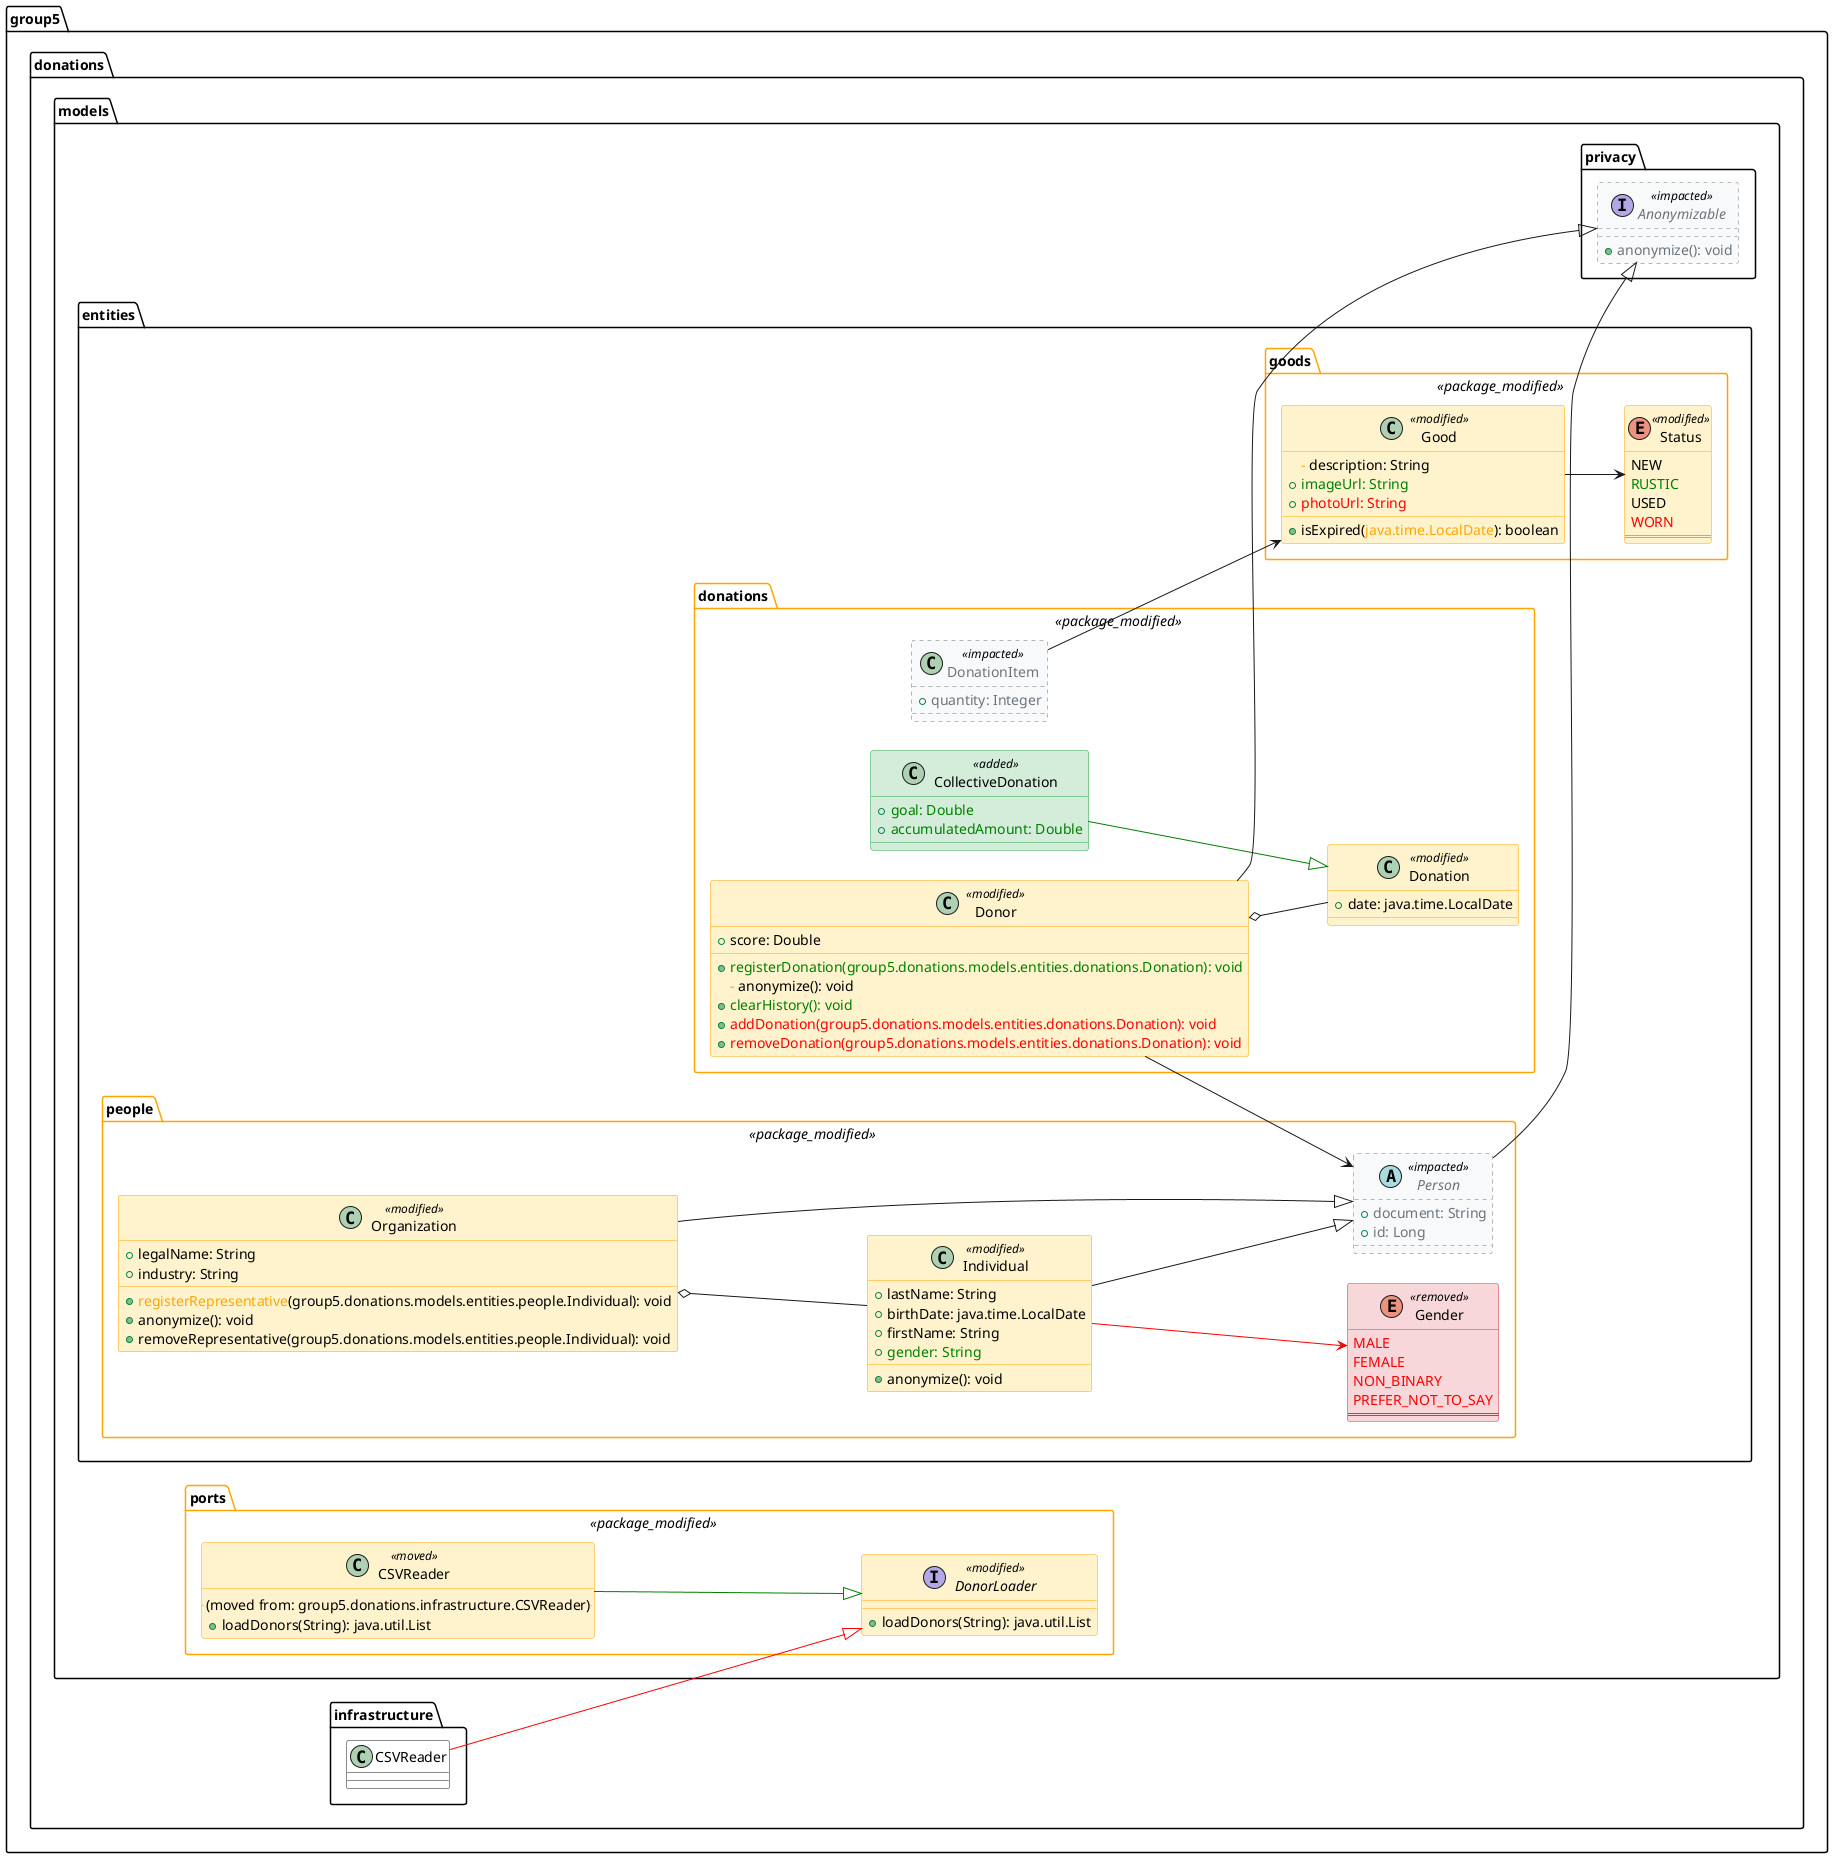
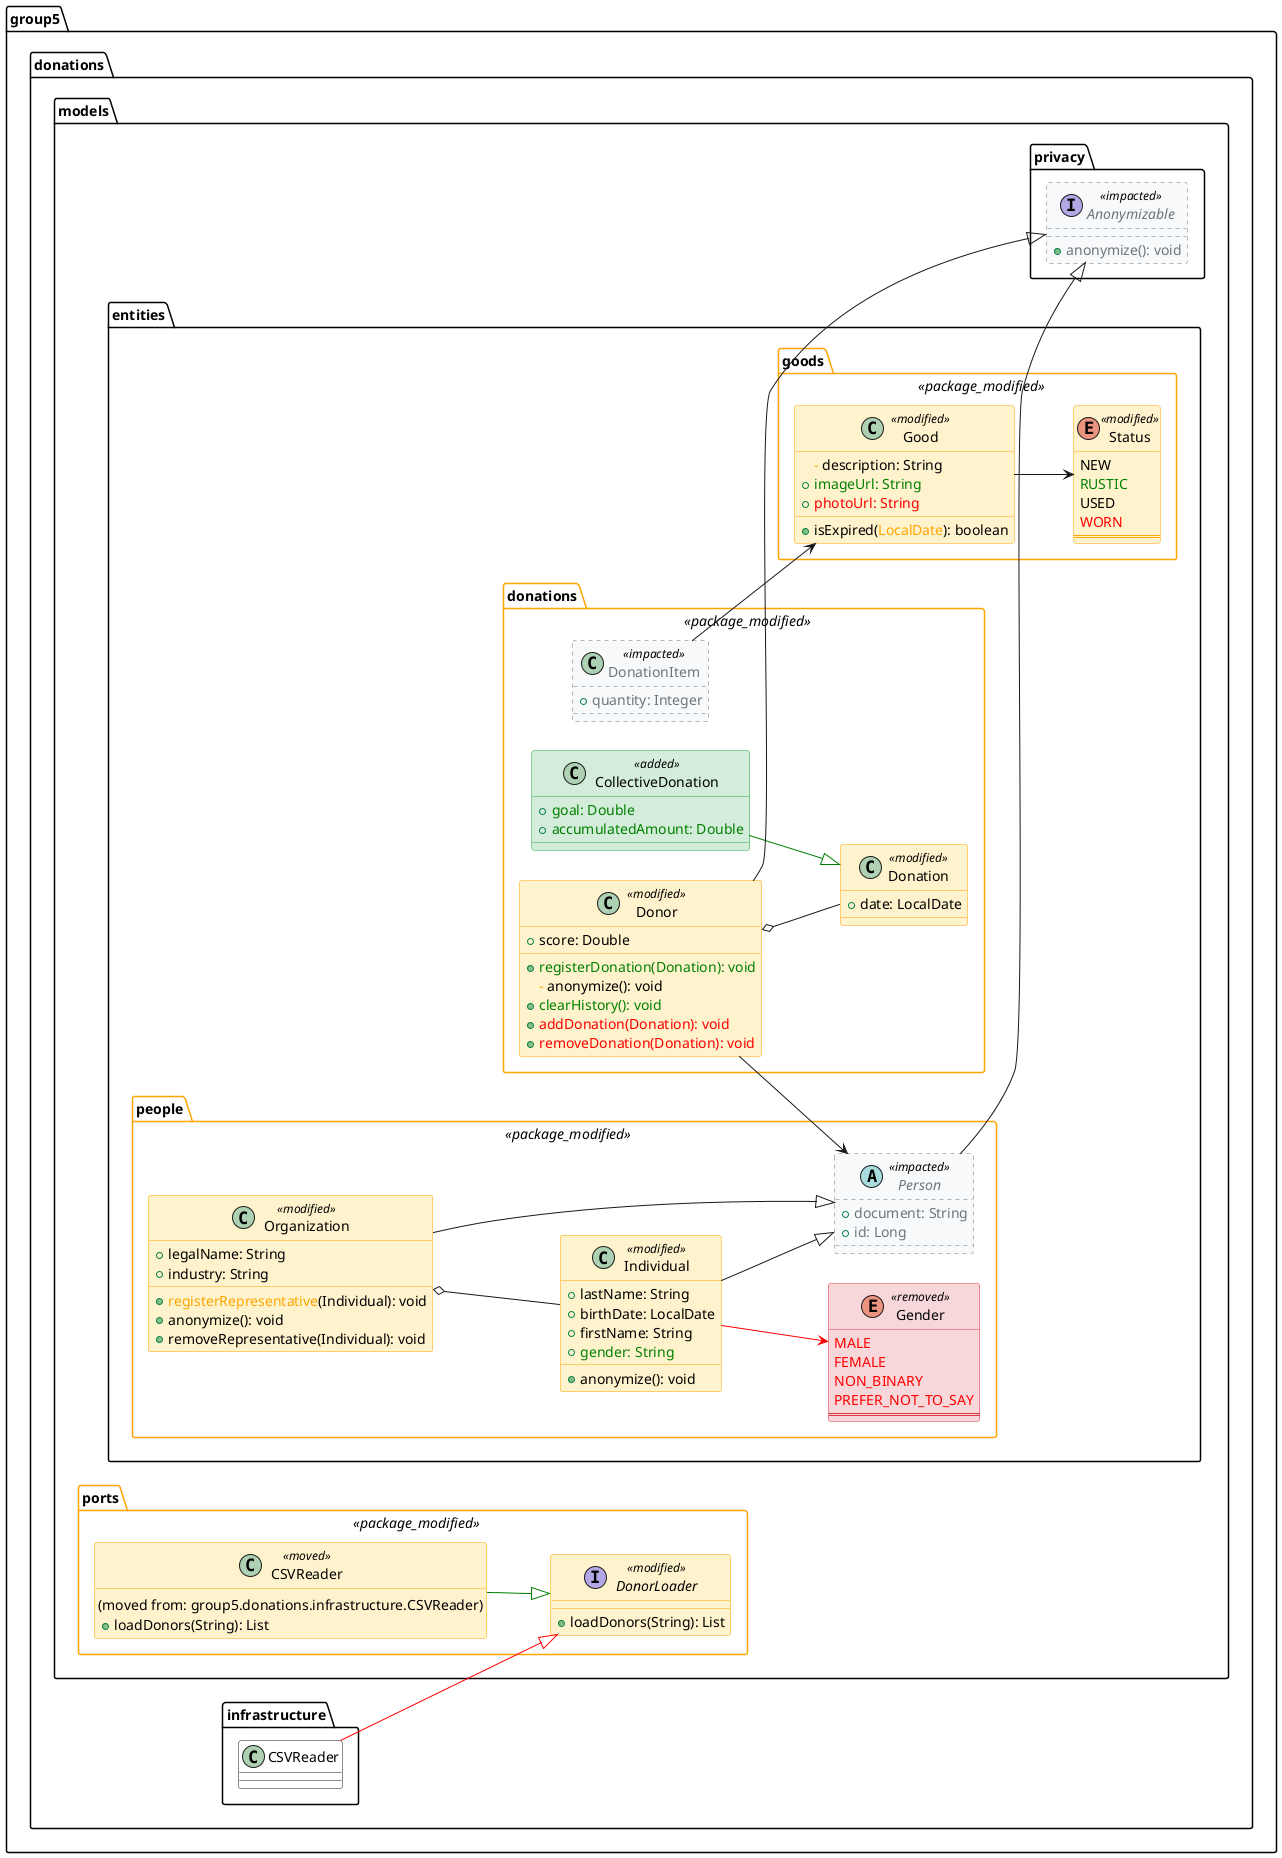
@startuml
left to right direction
skinparam linetype poly
skinparam nodesep 30
skinparam ranksep 30

<style>
  classDiagram {
    class {
      BackgroundColor transparent
      HeaderBackgroundColor transparent
      Shadowing 0
      FontName Arial
    }
    .added {
      BackgroundColor #D4EDDA
      LineColor #28A745
    }
    .removed {
      BackgroundColor #F8D7DA
      LineColor #DC3545
    }
    .modified {
      BackgroundColor #FFF3CD
      LineColor #FFA500
    }
    .moved {
      BackgroundColor #FFF3CD
      LineColor #FFA500
    }
    .impacted {
      BackgroundColor #F8F9FA
      LineColor #6C757D
      LineStyle 4
      FontColor #6C757D
    }
    .package_added {
      BackgroundColor #E8F5E9
      LineColor #28A745
    }
    .package_removed {
      BackgroundColor #FFEBEE
      LineColor #DC3545
    }
    .package_modified {
      BackgroundColor transparent
      LineColor #FFA500
    }
  }
</style>

package "group5.donations.models.entities.donations" <<package_modified>> {
class "CollectiveDonation" as group5.donations.models.entities.donations.CollectiveDonation <<added>> {
  + <color:green>goal: Double</color>
  + <color:green>accumulatedAmount: Double</color>
}
class "Donation" as group5.donations.models.entities.donations.Donation <<modified>> {
-   + date: java.time.LocalDate
+   + date: LocalDate
}
class "DonationItem" as group5.donations.models.entities.donations.DonationItem <<impacted>> {
  + quantity: Integer
}
class "Donor" as group5.donations.models.entities.donations.Donor <<modified>> {
  + score: Double
-   + <color:green>registerDonation(group5.donations.models.entities.donations.Donation): void</color>
+   + <color:green>registerDonation(Donation): void</color>
  <color:orange>-</color> anonymize(): void
  + <color:green>clearHistory(): void</color>
-   + <color:red>addDonation(group5.donations.models.entities.donations.Donation): void</color>
-   + <color:red>removeDonation(group5.donations.models.entities.donations.Donation): void</color>
+   + <color:red>addDonation(Donation): void</color>
+   + <color:red>removeDonation(Donation): void</color>
}
}

package "group5.donations.models.entities.goods" <<package_modified>> {
class "Good" as group5.donations.models.entities.goods.Good <<modified>> {
  <color:orange>-</color> description: String
  + <color:green>imageUrl: String</color>
  + <color:red>photoUrl: String</color>
-   + isExpired(<color:orange>java.time.LocalDate</color>): boolean
+   + isExpired(<color:orange>LocalDate</color>): boolean
}
enum "Status" as group5.donations.models.entities.goods.Status <<modified>> {
  NEW
  <color:green>RUSTIC</color>
  USED
  <color:red>WORN</color>
  ==
}
}

package "group5.donations.models.entities.people" <<package_modified>> {
enum "Gender" as group5.donations.models.entities.people.Gender <<removed>> {
  <color:red>MALE</color>
  <color:red>FEMALE</color>
  <color:red>NON_BINARY</color>
  <color:red>PREFER_NOT_TO_SAY</color>
  ==
}
class "Individual" as group5.donations.models.entities.people.Individual <<modified>> {
  + lastName: String
-   + birthDate: java.time.LocalDate
+   + birthDate: LocalDate
  + firstName: String
  + <color:green>gender: String</color>
  + anonymize(): void
}
class "Organization" as group5.donations.models.entities.people.Organization <<modified>> {
  + legalName: String
  + industry: String
-   + <color:orange>registerRepresentative</color>(group5.donations.models.entities.people.Individual): void
+   + <color:orange>registerRepresentative</color>(Individual): void
  + anonymize(): void
-   + removeRepresentative(group5.donations.models.entities.people.Individual): void
+   + removeRepresentative(Individual): void
}
abstract class "Person" as group5.donations.models.entities.people.Person <<impacted>> {
  + document: String
  + id: Long
}
}

package "group5.donations.models.ports" <<package_modified>> {
class "CSVReader" as group5.donations.models.ports.CSVReader <<moved>> {
  .. (moved from: group5.donations.infrastructure.CSVReader) ..
-   + loadDonors(String): java.util.List
+   + loadDonors(String): List
}
interface "DonorLoader" as group5.donations.models.ports.DonorLoader <<modified>> {
-   + loadDonors(String): java.util.List
+   + loadDonors(String): List
}
}

package "group5.donations.models.privacy" {
interface "Anonymizable" as group5.donations.models.privacy.Anonymizable <<impacted>> {
  + anonymize(): void
}
}

group5.donations.infrastructure.CSVReader -[#red]-|> group5.donations.models.ports.DonorLoader
group5.donations.models.entities.donations.CollectiveDonation -[#green]-|> group5.donations.models.entities.donations.Donation
group5.donations.models.entities.donations.DonationItem --> group5.donations.models.entities.goods.Good
group5.donations.models.entities.donations.Donor o-- group5.donations.models.entities.donations.Donation
group5.donations.models.entities.donations.Donor --> group5.donations.models.entities.people.Person
group5.donations.models.entities.donations.Donor --|> group5.donations.models.privacy.Anonymizable
group5.donations.models.entities.goods.Good --> group5.donations.models.entities.goods.Status
group5.donations.models.entities.people.Individual -[#red]-> group5.donations.models.entities.people.Gender
group5.donations.models.entities.people.Individual --|> group5.donations.models.entities.people.Person
group5.donations.models.entities.people.Organization o-- group5.donations.models.entities.people.Individual
group5.donations.models.entities.people.Organization --|> group5.donations.models.entities.people.Person
group5.donations.models.entities.people.Person --|> group5.donations.models.privacy.Anonymizable
group5.donations.models.ports.CSVReader -[#green]-|> group5.donations.models.ports.DonorLoader
@enduml